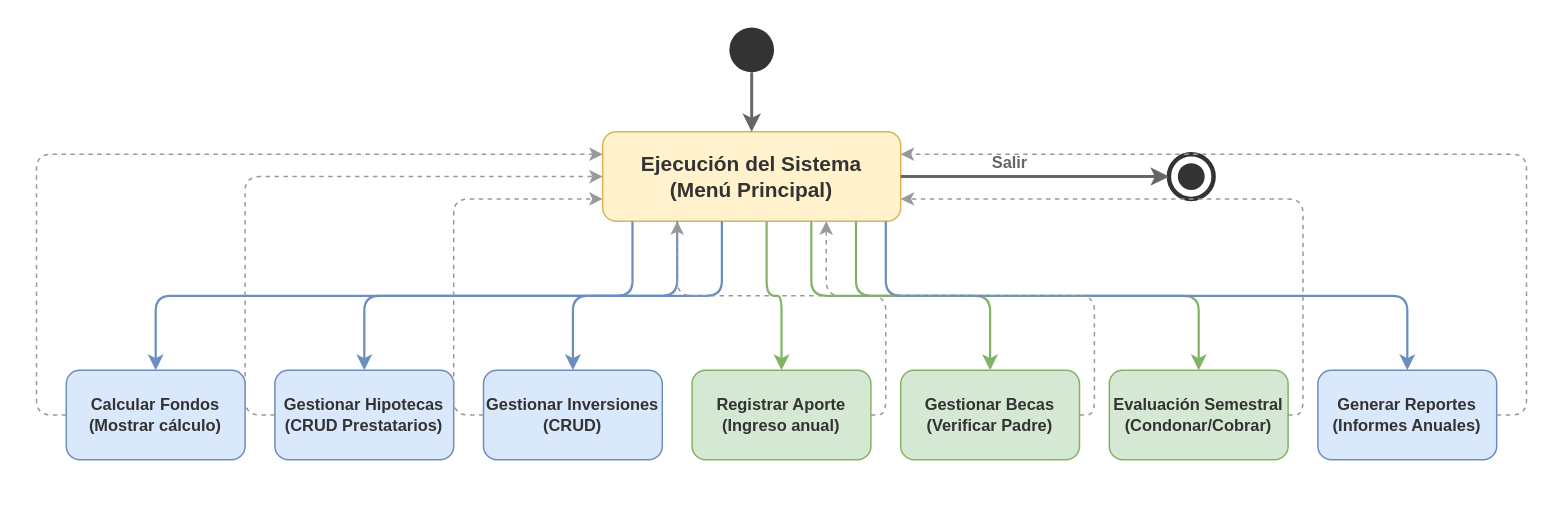
The draw.io diagram Docs_Folder/Iteracion 2/MaqEstIt2.drawio in delgadosanty/MSGF-repository, before the edit. Source tidied: cells renumbered, new cells numbered last; positions are measured from the earlier drawing's top-left corner, leaving out a move shared by most shapes. Both pictures are drawn from the tidied source at 149%, with x=0, y=0 at pixel (36, 27).
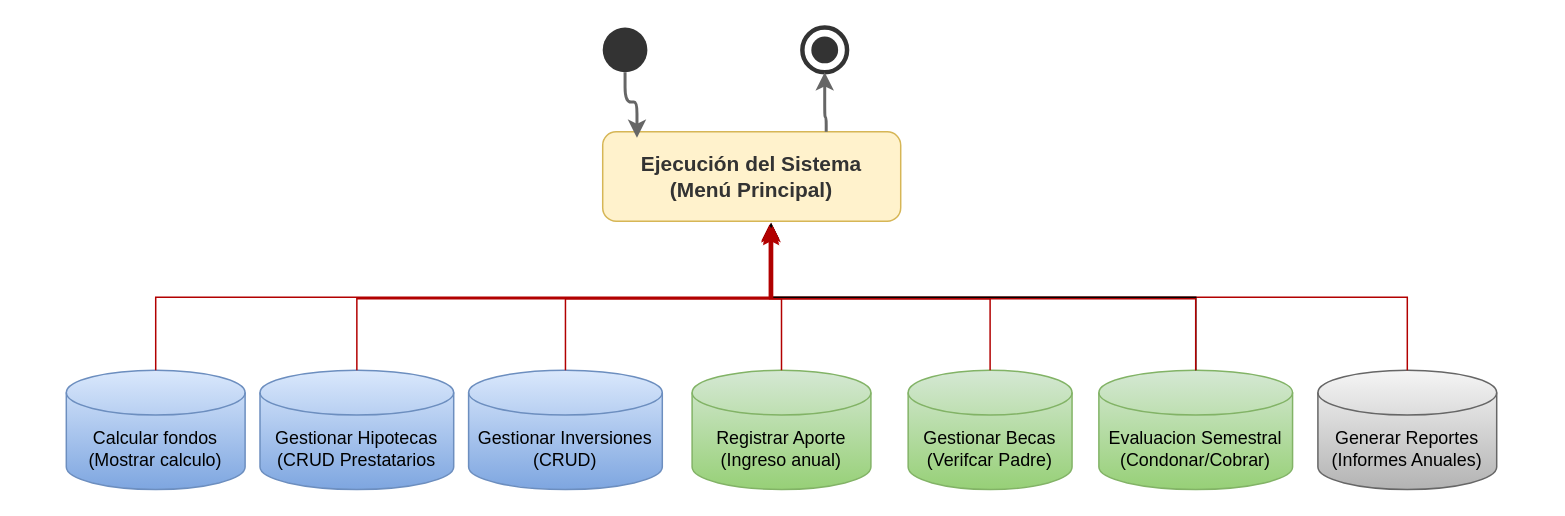
The same diagram, later.

Unchanged cells that the change refers to:
```xml
<mxCell id="5" value="Ejecución del Sistema&lt;br&gt;(Menú Principal)" style="rounded=1;whiteSpace=wrap;html=1;fillColor=#fff2cc;strokeColor=#d6b656;fontStyle=1;fontSize=14;fontColor=#333333;" parent="1" vertex="1">
  <mxGeometry x="380" y="70" width="200" height="60" as="geometry" />
</mxCell>
```

Change to the diagram source:
```diff
@@
     <mxCell id="2" style="ellipse;whiteSpace=wrap;html=1;fillColor=#333333;strokeColor=none;" parent="1" vertex="1">
-      <mxGeometry x="465" width="30" height="30" as="geometry" />
+      <mxGeometry x="380" width="30" height="30" as="geometry" />
     </mxCell>
     <mxCell id="3" style="ellipse;whiteSpace=wrap;html=1;fillColor=none;strokeColor=#333333;strokeWidth=3;" parent="1" vertex="1">
-      <mxGeometry x="760" y="85" width="30" height="30" as="geometry" />
+      <mxGeometry x="514" width="30" height="30" as="geometry" />
     </mxCell>
-    <mxCell id="4" style="ellipse;whiteSpace=wrap;html=1;fillColor=#333333;strokeColor=none;" parent="3" vertex="1">
-      <mxGeometry x="6" y="6" width="18" height="18" as="geometry" />
-    </mxCell>
@@
-    <mxCell id="6" value="Calcular Fondos&lt;br&gt;(Mostrar cálculo)" style="rounded=1;whiteSpace=wrap;html=1;fillColor=#dae8fc;strokeColor=#6c8ebf;fontStyle=1;fontSize=11;fontColor=#333333;" parent="1" vertex="1">
-      <mxGeometry x="20" y="230" width="120" height="60" as="geometry" />
-    </mxCell>
-    <mxCell id="7" value="Gestionar Hipotecas&lt;br&gt;(CRUD Prestatarios)" style="rounded=1;whiteSpace=wrap;html=1;fillColor=#dae8fc;strokeColor=#6c8ebf;fontStyle=1;fontSize=11;fontColor=#333333;" parent="1" vertex="1">
-      <mxGeometry x="160" y="230" width="120" height="60" as="geometry" />
-    </mxCell>
+    <mxCell id="13" style="edgeStyle=orthogonalEdgeStyle;rounded=1;html=1;strokeColor=#666666;strokeWidth=2;entryX=0.115;entryY=0.067;entryDx=0;entryDy=0;entryPerimeter=0;" parent="1" edge="1" source="2" target="5">
+      <mxGeometry x="-0.67" relative="1" as="geometry" />
+    </mxCell>
+    <mxCell id="14" style="edgeStyle=orthogonalEdgeStyle;rounded=1;html=1;strokeColor=#666666;strokeWidth=2;exitX=0.75;exitY=0;entryX=0.5;entryY=1;exitDx=0;exitDy=0;entryDx=0;entryDy=0;" parent="1" edge="1" source="5" target="3">
+      <mxGeometry x="0.25" relative="1" as="geometry">
+        <Array as="points">
+          <mxPoint x="530" y="60" />
+          <mxPoint x="529" y="60" />
+        </Array>
+      </mxGeometry>
+    </mxCell>
+    <mxCell id="30" value="Calcular fondos (Mostrar calculo)" style="shape=cylinder3;whiteSpace=wrap;html=1;boundedLbl=1;backgroundOutline=1;size=15;fillColor=#dae8fc;strokeColor=#6c8ebf;gradientColor=#7ea6e0;" parent="1" vertex="1">
+      <mxGeometry x="20" y="230" width="120" height="80" as="geometry" />
+    </mxCell>
+    <mxCell id="31" value="Gestionar Hipotecas (CRUD Prestatarios" style="shape=cylinder3;whiteSpace=wrap;html=1;boundedLbl=1;backgroundOutline=1;size=15;fillColor=#dae8fc;gradientColor=#7ea6e0;strokeColor=#6c8ebf;" parent="1" vertex="1">
+      <mxGeometry x="150" y="230" width="130" height="80" as="geometry" />
+    </mxCell>
-    <mxCell id="8" value="Gestionar Inversiones&lt;br&gt;(CRUD)" style="rounded=1;whiteSpace=wrap;html=1;fillColor=#dae8fc;strokeColor=#6c8ebf;fontStyle=1;fontSize=11;fontColor=#333333;" parent="1" vertex="1">
-      <mxGeometry x="300" y="230" width="120" height="60" as="geometry" />
+    <mxCell id="8" value="Gestionar Inversiones (CRUD)" style="shape=cylinder3;whiteSpace=wrap;html=1;boundedLbl=1;backgroundOutline=1;size=15;fillColor=#dae8fc;gradientColor=#7ea6e0;strokeColor=#6c8ebf;" parent="1" vertex="1">
+      <mxGeometry x="290" y="230" width="130" height="80" as="geometry" />
     </mxCell>
-    <mxCell id="9" value="Registrar Aporte&lt;br&gt;(Ingreso anual)" style="rounded=1;whiteSpace=wrap;html=1;fillColor=#d5e8d4;strokeColor=#82b366;fontStyle=1;fontSize=11;fontColor=#333333;" parent="1" vertex="1">
-      <mxGeometry x="440" y="230" width="120" height="60" as="geometry" />
+    <mxCell id="9" value="Registrar Aporte (Ingreso anual)" style="shape=cylinder3;whiteSpace=wrap;html=1;boundedLbl=1;backgroundOutline=1;size=15;fillColor=#d5e8d4;gradientColor=#97d077;strokeColor=#82b366;" parent="1" vertex="1">
+      <mxGeometry x="440" y="230" width="120" height="80" as="geometry" />
     </mxCell>
-    <mxCell id="10" value="Gestionar Becas&lt;br&gt;(Verificar Padre)" style="rounded=1;whiteSpace=wrap;html=1;fillColor=#d5e8d4;strokeColor=#82b366;fontStyle=1;fontSize=11;fontColor=#333333;" parent="1" vertex="1">
-      <mxGeometry x="580" y="230" width="120" height="60" as="geometry" />
-    </mxCell>
-    <mxCell id="11" value="Evaluación Semestral&lt;br&gt;(Condonar/Cobrar)" style="rounded=1;whiteSpace=wrap;html=1;fillColor=#d5e8d4;strokeColor=#82b366;fontStyle=1;fontSize=11;fontColor=#333333;" parent="1" vertex="1">
-      <mxGeometry x="720" y="230" width="120" height="60" as="geometry" />
-    </mxCell>
+    <mxCell id="32" value="Gestionar Becas (Verifcar Padre)" style="shape=cylinder3;whiteSpace=wrap;html=1;boundedLbl=1;backgroundOutline=1;size=15;fillColor=#d5e8d4;gradientColor=#97d077;strokeColor=#82b366;" parent="1" vertex="1">
+      <mxGeometry x="585" y="230" width="110" height="80" as="geometry" />
+    </mxCell>
+    <mxCell id="33" value="Evaluacion Semestral (Condonar/Cobrar)" style="shape=cylinder3;whiteSpace=wrap;html=1;boundedLbl=1;backgroundOutline=1;size=15;fillColor=#d5e8d4;gradientColor=#97d077;strokeColor=#82b366;" parent="1" vertex="1">
+      <mxGeometry x="713" y="230" width="130" height="80" as="geometry" />
+    </mxCell>
-    <mxCell id="12" value="Generar Reportes&lt;br&gt;(Informes Anuales)" style="rounded=1;whiteSpace=wrap;html=1;fillColor=#dae8fc;strokeColor=#6c8ebf;fontStyle=1;fontSize=11;fontColor=#333333;" parent="1" vertex="1">
-      <mxGeometry x="860" y="230" width="120" height="60" as="geometry" />
+    <mxCell id="12" value="Generar Reportes (Informes Anuales)" style="shape=cylinder3;whiteSpace=wrap;html=1;boundedLbl=1;backgroundOutline=1;size=15;fillColor=#f5f5f5;gradientColor=#b3b3b3;strokeColor=#666666;" parent="1" vertex="1">
+      <mxGeometry x="860" y="230" width="120" height="80" as="geometry" />
     </mxCell>
-    <mxCell id="13" style="edgeStyle=orthogonalEdgeStyle;rounded=1;html=1;strokeColor=#666666;strokeWidth=2;" parent="1" edge="1" source="2" target="5">
-      <mxGeometry relative="1" as="geometry" />
-    </mxCell>
-    <mxCell id="14" style="edgeStyle=orthogonalEdgeStyle;rounded=1;html=1;strokeColor=#666666;strokeWidth=2;exitX=1;exitY=0.5;entryX=0;entryY=0.5;" parent="1" edge="1" source="5" target="3">
-      <mxGeometry relative="1" as="geometry" />
-    </mxCell>
-    <mxCell id="15" value="Salir" style="edgeLabel;html=1;align=center;verticalAlign=middle;fontStyle=1;fontColor=#666666;" parent="14" vertex="1">
-      <mxGeometry x="-0.2" y="-2" relative="1" as="geometry">
-        <mxPoint y="-12" as="offset" />
-      </mxGeometry>
-    </mxCell>
-    <mxCell id="16" style="edgeStyle=orthogonalEdgeStyle;rounded=1;html=1;strokeColor=#6c8ebf;strokeWidth=1.5;exitX=0.1;exitY=1;entryX=0.5;entryY=0;" parent="1" edge="1" source="5" target="6">
-      <mxGeometry relative="1" as="geometry" />
-    </mxCell>
-    <mxCell id="17" style="edgeStyle=orthogonalEdgeStyle;rounded=1;html=1;strokeColor=#6c8ebf;strokeWidth=1.5;exitX=0.25;exitY=1;entryX=0.5;entryY=0;" parent="1" edge="1" source="5" target="7">
-      <mxGeometry relative="1" as="geometry" />
-    </mxCell>
-    <mxCell id="18" style="edgeStyle=orthogonalEdgeStyle;rounded=1;html=1;strokeColor=#6c8ebf;strokeWidth=1.5;exitX=0.4;exitY=1;entryX=0.5;entryY=0;" parent="1" edge="1" source="5" target="8">
-      <mxGeometry relative="1" as="geometry" />
-    </mxCell>
-    <mxCell id="19" style="edgeStyle=orthogonalEdgeStyle;rounded=1;html=1;strokeColor=#82b366;strokeWidth=1.5;exitX=0.55;exitY=1;entryX=0.5;entryY=0;" parent="1" edge="1" source="5" target="9">
-      <mxGeometry relative="1" as="geometry" />
-    </mxCell>
-    <mxCell id="20" style="edgeStyle=orthogonalEdgeStyle;rounded=1;html=1;strokeColor=#82b366;strokeWidth=1.5;exitX=0.7;exitY=1;entryX=0.5;entryY=0;" parent="1" edge="1" source="5" target="10">
-      <mxGeometry relative="1" as="geometry" />
-    </mxCell>
-    <mxCell id="21" style="edgeStyle=orthogonalEdgeStyle;rounded=1;html=1;strokeColor=#82b366;strokeWidth=1.5;exitX=0.85;exitY=1;entryX=0.5;entryY=0;" parent="1" edge="1" source="5" target="11">
-      <mxGeometry relative="1" as="geometry" />
-    </mxCell>
-    <mxCell id="22" style="edgeStyle=orthogonalEdgeStyle;rounded=1;html=1;strokeColor=#6c8ebf;strokeWidth=1.5;exitX=0.95;exitY=1;entryX=0.5;entryY=0;" parent="1" edge="1" source="5" target="12">
-      <mxGeometry relative="1" as="geometry" />
-    </mxCell>
-    <mxCell id="23" style="edgeStyle=orthogonalEdgeStyle;rounded=1;html=1;strokeColor=#999999;strokeWidth=1;dashed=1;exitX=0;exitY=0.5;entryX=0;entryY=0.25;" parent="1" edge="1" source="6" target="5">
-      <mxGeometry relative="1" as="geometry">
-        <Array as="points">
-          <mxPoint y="260" />
-          <mxPoint y="85" />
-        </Array>
-      </mxGeometry>
-    </mxCell>
-    <mxCell id="24" style="edgeStyle=orthogonalEdgeStyle;rounded=1;html=1;strokeColor=#999999;strokeWidth=1;dashed=1;exitX=0;exitY=0.5;entryX=0;entryY=0.5;" parent="1" edge="1" source="7" target="5">
-      <mxGeometry relative="1" as="geometry">
-        <Array as="points">
-          <mxPoint x="140" y="260" />
-          <mxPoint x="140" y="100" />
-        </Array>
-      </mxGeometry>
-    </mxCell>
+    <mxCell id="4" style="ellipse;whiteSpace=wrap;html=1;fillColor=#333333;strokeColor=none;" parent="1" vertex="1">
+      <mxGeometry x="520" y="6" width="18" height="18" as="geometry" />
+    </mxCell>
+    <mxCell id="34" style="edgeStyle=elbowEdgeStyle;elbow=vertical;endArrow=classic;html=1;curved=0;rounded=0;endSize=8;startSize=8;defaultLabelBackgroundColor=gap;exitX=0.5;exitY=0;exitDx=0;exitDy=0;exitPerimeter=0;entryX=0.565;entryY=1.017;entryDx=0;entryDy=0;entryPerimeter=0;fillColor=#e51400;strokeColor=#B20000;" parent="1" edge="1" source="30" target="5">
+      <mxGeometry relative="1" as="geometry" />
+    </mxCell>
+    <mxCell id="29" style="edgeStyle=elbowEdgeStyle;elbow=vertical;endArrow=classic;html=1;curved=0;rounded=0;endSize=8;startSize=8;defaultLabelBackgroundColor=gap;exitX=0.5;exitY=0;exitDx=0;exitDy=0;exitPerimeter=0;entryX=0.56;entryY=1.033;entryDx=0;entryDy=0;entryPerimeter=0;fillColor=#e51400;strokeColor=#B20000;" parent="1" edge="1" source="12" target="5">
+      <mxGeometry relative="1" as="geometry" />
+    </mxCell>
+    <mxCell id="35" style="edgeStyle=elbowEdgeStyle;elbow=vertical;endArrow=classic;html=1;curved=0;rounded=0;endSize=8;startSize=8;defaultLabelBackgroundColor=gap;exitX=0.5;exitY=0;exitDx=0;exitDy=0;exitPerimeter=0;entryX=0.565;entryY=1.017;entryDx=0;entryDy=0;entryPerimeter=0;" parent="1" edge="1" source="33" target="5">
+      <mxGeometry relative="1" as="geometry" />
+    </mxCell>
+    <mxCell id="36" style="edgeStyle=elbowEdgeStyle;elbow=vertical;endArrow=classic;html=1;curved=0;rounded=0;endSize=8;startSize=8;defaultLabelBackgroundColor=gap;exitX=0.5;exitY=0;exitDx=0;exitDy=0;exitPerimeter=0;entryX=0.565;entryY=1.067;entryDx=0;entryDy=0;entryPerimeter=0;fillColor=#e51400;strokeColor=#B20000;" parent="1" edge="1" source="31" target="5">
+      <mxGeometry relative="1" as="geometry" />
+    </mxCell>
-    <mxCell id="25" style="edgeStyle=orthogonalEdgeStyle;rounded=1;html=1;strokeColor=#999999;strokeWidth=1;dashed=1;exitX=0;exitY=0.5;entryX=0;entryY=0.75;" parent="1" edge="1" source="8" target="5">
-      <mxGeometry relative="1" as="geometry">
-        <Array as="points">
-          <mxPoint x="280" y="260" />
-          <mxPoint x="280" y="115" />
-        </Array>
-      </mxGeometry>
+    <mxCell id="25" style="edgeStyle=elbowEdgeStyle;elbow=vertical;endArrow=classic;html=1;curved=0;rounded=0;endSize=8;startSize=8;defaultLabelBackgroundColor=gap;exitX=0.5;exitY=0;exitDx=0;exitDy=0;exitPerimeter=0;entryX=0.56;entryY=1.05;entryDx=0;entryDy=0;entryPerimeter=0;fillColor=#e51400;strokeColor=#B20000;" parent="1" edge="1" source="8" target="5">
+      <mxGeometry relative="1" as="geometry" />
     </mxCell>
-    <mxCell id="26" style="edgeStyle=orthogonalEdgeStyle;rounded=1;html=1;strokeColor=#999999;strokeWidth=1;dashed=1;exitX=1;exitY=0.5;entryX=0.25;entryY=1;" parent="1" edge="1" source="9" target="5">
-      <mxGeometry relative="1" as="geometry">
-        <Array as="points">
-          <mxPoint x="570" y="260" />
-          <mxPoint x="570" y="180" />
-          <mxPoint x="430" y="180" />
-        </Array>
-      </mxGeometry>
+    <mxCell id="26" style="edgeStyle=elbowEdgeStyle;elbow=vertical;endArrow=classic;html=1;curved=0;rounded=0;endSize=8;startSize=8;defaultLabelBackgroundColor=gap;exitX=0.5;exitY=0;exitDx=0;exitDy=0;exitPerimeter=0;entryX=0.565;entryY=1.083;entryDx=0;entryDy=0;entryPerimeter=0;fillColor=#e51400;strokeColor=#B20000;" parent="1" edge="1" source="9" target="5">
+      <mxGeometry relative="1" as="geometry" />
     </mxCell>
-    <mxCell id="27" style="edgeStyle=orthogonalEdgeStyle;rounded=1;html=1;strokeColor=#999999;strokeWidth=1;dashed=1;exitX=1;exitY=0.5;entryX=0.75;entryY=1;" parent="1" edge="1" source="10" target="5">
-      <mxGeometry relative="1" as="geometry">
-        <Array as="points">
-          <mxPoint x="710" y="260" />
-          <mxPoint x="710" y="180" />
-          <mxPoint x="530" y="180" />
-        </Array>
-      </mxGeometry>
-    </mxCell>
-    <mxCell id="28" style="edgeStyle=orthogonalEdgeStyle;rounded=1;html=1;strokeColor=#999999;strokeWidth=1;dashed=1;exitX=1;exitY=0.5;entryX=1;entryY=0.75;" parent="1" edge="1" source="11" target="5">
-      <mxGeometry relative="1" as="geometry">
-        <Array as="points">
-          <mxPoint x="850" y="260" />
-          <mxPoint x="850" y="115" />
-        </Array>
-      </mxGeometry>
-    </mxCell>
-    <mxCell id="29" style="edgeStyle=orthogonalEdgeStyle;rounded=1;html=1;strokeColor=#999999;strokeWidth=1;dashed=1;exitX=1;exitY=0.5;entryX=1;entryY=0.25;" parent="1" edge="1" source="12" target="5">
-      <mxGeometry relative="1" as="geometry">
-        <Array as="points">
-          <mxPoint x="1000" y="260" />
-          <mxPoint x="1000" y="85" />
-        </Array>
-      </mxGeometry>
-    </mxCell>
+    <mxCell id="37" style="edgeStyle=elbowEdgeStyle;elbow=vertical;endArrow=classic;html=1;curved=0;rounded=0;endSize=8;startSize=8;defaultLabelBackgroundColor=gap;exitX=0.5;exitY=0;exitDx=0;exitDy=0;exitPerimeter=0;entryX=0.56;entryY=1.05;entryDx=0;entryDy=0;entryPerimeter=0;fillColor=#e51400;strokeColor=#B20000;" parent="1" edge="1" source="32" target="5">
+      <mxGeometry relative="1" as="geometry" />
+    </mxCell>
+    <mxCell id="38" style="edgeStyle=elbowEdgeStyle;elbow=vertical;endArrow=classic;html=1;curved=0;rounded=0;endSize=8;startSize=8;defaultLabelBackgroundColor=gap;exitX=0.5;exitY=0;exitDx=0;exitDy=0;exitPerimeter=0;entryX=0.57;entryY=1.05;entryDx=0;entryDy=0;entryPerimeter=0;fillColor=#e51400;strokeColor=#B20000;" parent="1" edge="1" source="33" target="5">
+      <mxGeometry relative="1" as="geometry" />
+    </mxCell>
```
